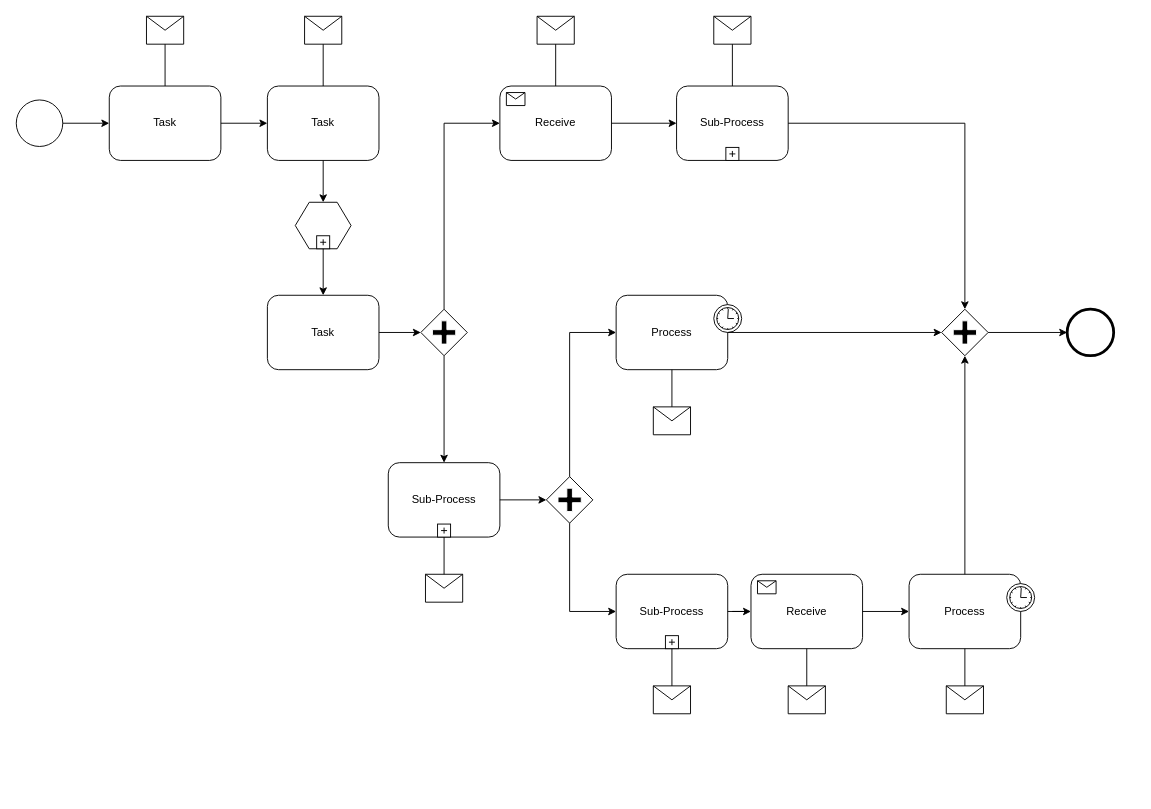
Earlier version of the draw.io diagram Untitled Diagram.drawio (mukau1995/IT-case). Source tidied: cells renumbered, new cells numbered last; positions are measured from the earlier drawing's top-left corner, leaving out a move shared by most shapes. Both pictures are drawn from the tidied source at 93%, with x=0, y=0 at pixel (16, 16).
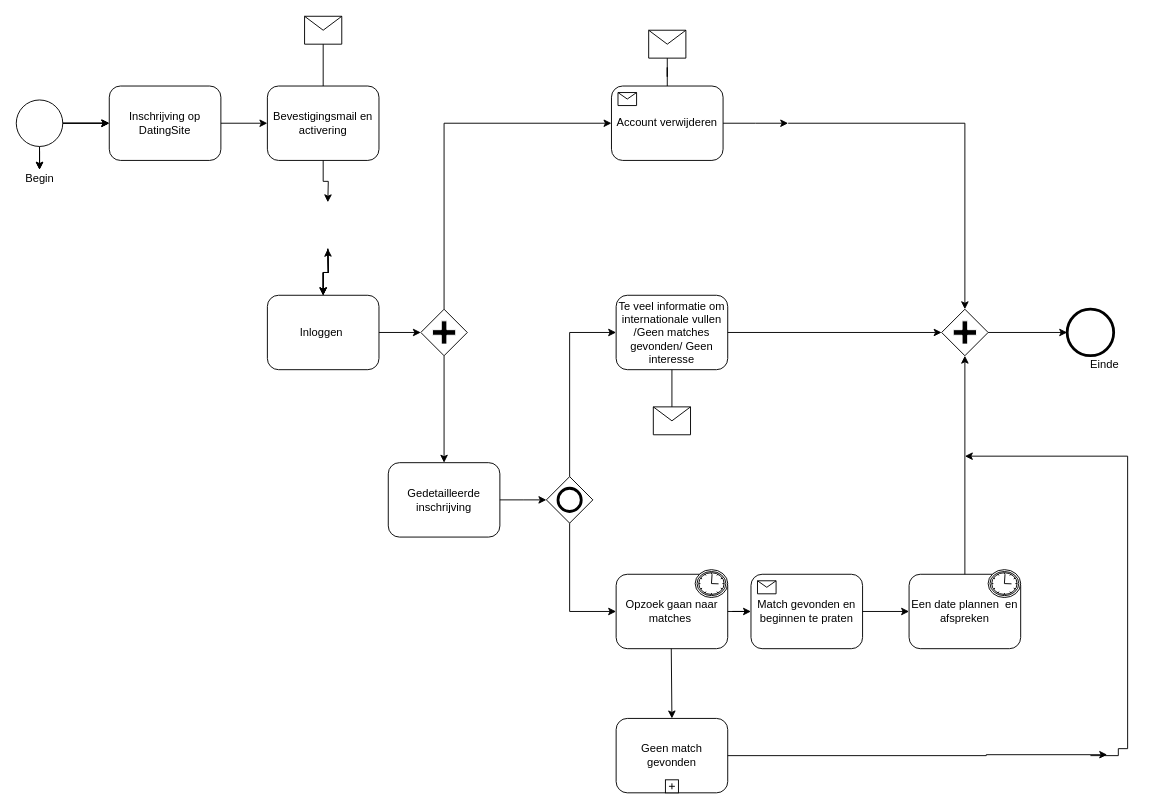
The same diagram, later.

Unchanged cells that the change refers to:
```xml
<mxCell id="2" style="shape=mxgraph.bpmn.shape;html=1;verticalLabelPosition=bottom;labelBackgroundColor=#ffffff;verticalAlign=top;perimeter=ellipsePerimeter;outline=standard;symbol=general;" parent="1" vertex="1">
  <mxGeometry y="90" width="50" height="50" as="geometry" />
</mxCell>
<mxCell id="23" style="shape=mxgraph.bpmn.shape;html=1;verticalLabelPosition=bottom;labelBackgroundColor=#ffffff;verticalAlign=top;perimeter=rhombusPerimeter;background=gateway;outline=none;symbol=parallelGw;" parent="1" vertex="1">
  <mxGeometry x="995" y="315" width="50" height="50" as="geometry" />
</mxCell>
```

What changed in the source:
```diff
@@
+    <mxCell id="61" style="edgeStyle=orthogonalEdgeStyle;rounded=0;jettySize=auto;html=1;" parent="1" edge="1" source="2" target="3">
+      <mxGeometry relative="1" as="geometry" />
+    </mxCell>
+    <mxCell id="62" style="edgeStyle=orthogonalEdgeStyle;rounded=0;jettySize=auto;html=1;" parent="1" edge="1" source="2" target="3">
+      <mxGeometry relative="1" as="geometry" />
+    </mxCell>
+    <mxCell id="63" style="edgeStyle=orthogonalEdgeStyle;rounded=0;jettySize=auto;html=1;" parent="1" edge="1" source="2" target="69">
+      <mxGeometry relative="1" as="geometry" />
+    </mxCell>
+    <mxCell id="64" style="edgeStyle=orthogonalEdgeStyle;rounded=0;jettySize=auto;html=1;" parent="1" edge="1" source="2" target="69">
+      <mxGeometry relative="1" as="geometry" />
+    </mxCell>
@@
-    <mxCell id="3" value="Task" style="shape=ext;rounded=1;html=1;whiteSpace=wrap;" parent="1" vertex="1">
+    <mxCell id="3" value="&lt;span style=&quot;background-color: rgb(255 , 255 , 255)&quot;&gt;Inschrijving op DatingSite&lt;/span&gt;" style="shape=ext;rounded=1;html=1;whiteSpace=wrap;" parent="1" vertex="1">
       <mxGeometry x="100" y="75" width="120" height="80" as="geometry" />
     </mxCell>
-    <mxCell id="4" value="Task" style="shape=ext;rounded=1;html=1;whiteSpace=wrap;" parent="1" vertex="1">
+    <mxCell id="4" value="Bevestigingsmail en activering" style="shape=ext;rounded=1;html=1;whiteSpace=wrap;" parent="1" vertex="1">
       <mxGeometry x="270" y="75" width="120" height="80" as="geometry" />
     </mxCell>
-    <mxCell id="5" style="shape=message;whiteSpace=wrap;html=1;" parent="1" vertex="1">
-      <mxGeometry x="140" width="40" height="30" as="geometry" />
-    </mxCell>
@@
-    <mxCell id="7" style="shape=hexagon;whiteSpace=wrap;html=1;perimeter=hexagonPerimeter;" parent="1" vertex="1">
-      <mxGeometry x="300" y="200" width="60" height="50" as="geometry" />
-    </mxCell>
-    <mxCell id="8" style="html=1;shape=plus;" parent="7" vertex="1">
-      <mxGeometry x="0.5" y="1" width="14" height="14" relative="1" as="geometry">
-        <mxPoint x="-7" y="-14" as="offset" />
-      </mxGeometry>
-    </mxCell>
+    <mxCell id="65" style="edgeStyle=orthogonalEdgeStyle;rounded=0;jettySize=auto;html=1;" parent="1" edge="1" target="9">
+      <mxGeometry relative="1" as="geometry">
+        <mxPoint x="335" y="250" as="sourcePoint" />
+      </mxGeometry>
+    </mxCell>
+    <mxCell id="66" style="edgeStyle=orthogonalEdgeStyle;rounded=0;jettySize=auto;html=1;" parent="1" edge="1" target="9">
+      <mxGeometry relative="1" as="geometry">
+        <mxPoint x="335" y="250" as="sourcePoint" />
+      </mxGeometry>
+    </mxCell>
+    <mxCell id="67" style="edgeStyle=orthogonalEdgeStyle;rounded=0;jettySize=auto;html=1;" parent="1" edge="1" source="9">
+      <mxGeometry relative="1" as="geometry">
+        <mxPoint x="335" y="250" as="targetPoint" />
+      </mxGeometry>
+    </mxCell>
-    <mxCell id="9" value="Task" style="shape=ext;rounded=1;html=1;whiteSpace=wrap;" parent="1" vertex="1">
+    <mxCell id="9" value="Inloggen&amp;nbsp;" style="shape=ext;rounded=1;html=1;whiteSpace=wrap;" parent="1" vertex="1">
       <mxGeometry x="270" y="300" width="120" height="80" as="geometry" />
     </mxCell>
@@
-    <mxCell id="11" value="Sub-Process" style="html=1;whiteSpace=wrap;rounded=1;" parent="1" vertex="1">
-      <mxGeometry x="710" y="75" width="120" height="80" as="geometry" />
-    </mxCell>
-    <mxCell id="12" style="html=1;shape=plus;" parent="11" vertex="1">
-      <mxGeometry x="0.5" y="1" width="14" height="14" relative="1" as="geometry">
-        <mxPoint x="-7" y="-14" as="offset" />
-      </mxGeometry>
-    </mxCell>
-    <mxCell id="13" value="Receive" style="html=1;whiteSpace=wrap;rounded=1;" parent="1" vertex="1">
-      <mxGeometry x="520" y="75" width="120" height="80" as="geometry" />
+    <mxCell id="13" value="Account verwijderen" style="html=1;whiteSpace=wrap;rounded=1;" parent="1" vertex="1">
+      <mxGeometry x="640" y="75" width="120" height="80" as="geometry" />
     </mxCell>
@@
-    <mxCell id="15" value="Process" style="html=1;whiteSpace=wrap;rounded=1;" parent="1" vertex="1">
+    <mxCell id="15" value="Te veel informatie om internationale vullen /Geen matches gevonden/ Geen interesse" style="html=1;whiteSpace=wrap;rounded=1;" parent="1" vertex="1">
       <mxGeometry x="645" y="300" width="120" height="80" as="geometry" />
     </mxCell>
-    <mxCell id="16" style="shape=mxgraph.bpmn.timer_start;perimeter=ellipsePerimeter;html=1;labelPosition=right;labelBackgroundColor=#ffffff;align=left;" parent="15" vertex="1">
-      <mxGeometry x="1" width="30" height="30" relative="1" as="geometry">
-        <mxPoint x="-15" y="10" as="offset" />
-      </mxGeometry>
-    </mxCell>
-    <mxCell id="17" value="Process" style="html=1;whiteSpace=wrap;rounded=1;" parent="1" vertex="1">
+    <mxCell id="17" value="Een date plannen &amp;nbsp;en afspreken" style="html=1;whiteSpace=wrap;rounded=1;" parent="1" vertex="1">
       <mxGeometry x="960" y="600" width="120" height="80" as="geometry" />
     </mxCell>
-    <mxCell id="18" style="shape=mxgraph.bpmn.timer_start;perimeter=ellipsePerimeter;html=1;labelPosition=right;labelBackgroundColor=#ffffff;align=left;" parent="17" vertex="1">
-      <mxGeometry x="1" width="30" height="30" relative="1" as="geometry">
-        <mxPoint x="-15" y="10" as="offset" />
-      </mxGeometry>
-    </mxCell>
-    <mxCell id="19" value="Receive" style="html=1;whiteSpace=wrap;rounded=1;" parent="1" vertex="1">
+    <mxCell id="19" value="Match gevonden en beginnen te praten" style="html=1;whiteSpace=wrap;rounded=1;" parent="1" vertex="1">
       <mxGeometry x="790" y="600" width="120" height="80" as="geometry" />
     </mxCell>
@@
-    <mxCell id="21" value="Sub-Process" style="html=1;whiteSpace=wrap;rounded=1;" parent="1" vertex="1">
+    <mxCell id="21" value="Opzoek gaan naar matches&amp;nbsp;" style="html=1;whiteSpace=wrap;rounded=1;" parent="1" vertex="1">
       <mxGeometry x="645" y="600" width="120" height="80" as="geometry" />
     </mxCell>
-    <mxCell id="22" style="html=1;shape=plus;" parent="21" vertex="1">
-      <mxGeometry x="0.5" y="1" width="14" height="14" relative="1" as="geometry">
-        <mxPoint x="-7" y="-14" as="offset" />
-      </mxGeometry>
-    </mxCell>
+    <mxCell id="68" style="shape=mxgraph.bpmn.shape;html=1;verticalLabelPosition=bottom;labelBackgroundColor=#ffffff;verticalAlign=top;align=center;perimeter=ellipsePerimeter;outline=boundInt;symbol=timer;" parent="21" vertex="1">
+      <mxGeometry x="85" y="-5" width="35" height="30" as="geometry" />
+    </mxCell>
@@
     <mxCell id="25" style="shape=message;whiteSpace=wrap;html=1;" parent="1" vertex="1">
-      <mxGeometry x="560" width="40" height="30" as="geometry" />
+      <mxGeometry x="680" y="15" width="40" height="30" as="geometry" />
     </mxCell>
-    <mxCell id="26" style="shape=message;whiteSpace=wrap;html=1;" parent="1" vertex="1">
-      <mxGeometry x="750" width="40" height="30" as="geometry" />
-    </mxCell>
-    <mxCell id="27" value="Sub-Process" style="html=1;whiteSpace=wrap;rounded=1;" parent="1" vertex="1">
+    <mxCell id="27" value="Gedetailleerde inschrijving" style="html=1;whiteSpace=wrap;rounded=1;" parent="1" vertex="1">
       <mxGeometry x="400" y="480" width="120" height="80" as="geometry" />
     </mxCell>
-    <mxCell id="28" style="html=1;shape=plus;" parent="27" vertex="1">
-      <mxGeometry x="0.5" y="1" width="14" height="14" relative="1" as="geometry">
-        <mxPoint x="-7" y="-14" as="offset" />
-      </mxGeometry>
-    </mxCell>
-    <mxCell id="29" style="shape=message;whiteSpace=wrap;html=1;" parent="1" vertex="1">
-      <mxGeometry x="440" y="600" width="40" height="30" as="geometry" />
-    </mxCell>
-    <mxCell id="30" style="shape=message;whiteSpace=wrap;html=1;" parent="1" vertex="1">
-      <mxGeometry x="830" y="720" width="40" height="30" as="geometry" />
-    </mxCell>
-    <mxCell id="31" style="shape=message;whiteSpace=wrap;html=1;" parent="1" vertex="1">
-      <mxGeometry x="1000" y="720" width="40" height="30" as="geometry" />
-    </mxCell>
-    <mxCell id="32" style="shape=message;whiteSpace=wrap;html=1;" parent="1" vertex="1">
-      <mxGeometry x="685" y="720" width="40" height="30" as="geometry" />
-    </mxCell>
@@
-    <mxCell id="35" style="edgeStyle=orthogonalEdgeStyle;rounded=0;html=1;jettySize=auto;endArrow=none;endFill=0;" parent="1" edge="1" source="5" target="3">
-      <mxGeometry relative="1" as="geometry" />
-    </mxCell>
@@
-    <mxCell id="38" style="edgeStyle=orthogonalEdgeStyle;rounded=0;html=1;jettySize=auto;" parent="1" edge="1" source="13" target="11">
-      <mxGeometry relative="1" as="geometry" />
+    <mxCell id="38" style="edgeStyle=orthogonalEdgeStyle;rounded=0;html=1;jettySize=auto;" parent="1" edge="1" source="13">
+      <mxGeometry relative="1" as="geometry">
+        <mxPoint x="830" y="115" as="targetPoint" />
+      </mxGeometry>
     </mxCell>
@@
-    <mxCell id="40" style="edgeStyle=orthogonalEdgeStyle;rounded=0;html=1;jettySize=auto;endArrow=none;endFill=0;" parent="1" edge="1" source="26" target="11">
-      <mxGeometry relative="1" as="geometry" />
-    </mxCell>
-    <mxCell id="41" style="edgeStyle=orthogonalEdgeStyle;rounded=0;html=1;jettySize=auto;" parent="1" edge="1" source="11" target="23">
+    <mxCell id="41" style="edgeStyle=orthogonalEdgeStyle;rounded=0;html=1;jettySize=auto;" parent="1" edge="1" target="23">
       <mxGeometry relative="1" as="geometry">
+        <mxPoint x="830" y="115" as="sourcePoint" />
         <Array as="points">
           <mxPoint x="1020" y="115" />
         </Array>
       </mxGeometry>
     </mxCell>
@@
-    <mxCell id="45" style="edgeStyle=orthogonalEdgeStyle;rounded=0;html=1;jettySize=auto;" parent="1" edge="1" source="4" target="7">
-      <mxGeometry relative="1" as="geometry" />
+    <mxCell id="45" style="edgeStyle=orthogonalEdgeStyle;rounded=0;html=1;jettySize=auto;" parent="1" edge="1" source="4">
+      <mxGeometry relative="1" as="geometry">
+        <mxPoint x="335" y="200" as="targetPoint" />
+      </mxGeometry>
     </mxCell>
-    <mxCell id="46" style="edgeStyle=orthogonalEdgeStyle;rounded=0;html=1;jettySize=auto;" parent="1" edge="1" source="7" target="9">
-      <mxGeometry relative="1" as="geometry" />
+    <mxCell id="46" style="edgeStyle=orthogonalEdgeStyle;rounded=0;html=1;jettySize=auto;" parent="1" edge="1" target="9">
+      <mxGeometry relative="1" as="geometry">
+        <mxPoint x="335" y="250" as="sourcePoint" />
+      </mxGeometry>
     </mxCell>
@@
-    <mxCell id="50" style="edgeStyle=orthogonalEdgeStyle;rounded=0;html=1;jettySize=auto;endArrow=none;endFill=0;" parent="1" edge="1" source="29" target="27">
-      <mxGeometry relative="1" as="geometry" />
-    </mxCell>
-    <mxCell id="51" style="shape=mxgraph.bpmn.shape;html=1;verticalLabelPosition=bottom;labelBackgroundColor=#ffffff;verticalAlign=top;perimeter=rhombusPerimeter;background=gateway;outline=none;symbol=parallelGw;" parent="1" vertex="1">
-      <mxGeometry x="570" y="495" width="50" height="50" as="geometry" />
-    </mxCell>
-    <mxCell id="52" style="edgeStyle=orthogonalEdgeStyle;rounded=0;html=1;jettySize=auto;" parent="1" edge="1" source="51" target="21">
+    <mxCell id="52" style="edgeStyle=orthogonalEdgeStyle;rounded=0;html=1;jettySize=auto;" parent="1" edge="1" target="21">
       <mxGeometry relative="1" as="geometry">
+        <mxPoint x="595" y="545" as="sourcePoint" />
         <Array as="points">
           <mxPoint x="595" y="640" />
         </Array>
       </mxGeometry>
     </mxCell>
-    <mxCell id="53" style="edgeStyle=orthogonalEdgeStyle;rounded=0;html=1;jettySize=auto;" parent="1" edge="1" source="51" target="15">
+    <mxCell id="53" style="edgeStyle=orthogonalEdgeStyle;rounded=0;html=1;jettySize=auto;" parent="1" edge="1" target="15">
       <mxGeometry relative="1" as="geometry">
+        <mxPoint x="595" y="495" as="sourcePoint" />
         <Array as="points">
           <mxPoint x="595" y="340" />
         </Array>
       </mxGeometry>
     </mxCell>
@@
-    <mxCell id="55" style="edgeStyle=orthogonalEdgeStyle;rounded=0;html=1;jettySize=auto;" parent="1" edge="1" source="27" target="51">
-      <mxGeometry relative="1" as="geometry" />
+    <mxCell id="55" style="edgeStyle=orthogonalEdgeStyle;rounded=0;html=1;jettySize=auto;" parent="1" edge="1" source="27">
+      <mxGeometry relative="1" as="geometry">
+        <mxPoint x="570" y="520" as="targetPoint" />
+      </mxGeometry>
     </mxCell>
@@
-    <mxCell id="57" style="edgeStyle=orthogonalEdgeStyle;rounded=0;html=1;jettySize=auto;endArrow=none;endFill=0;" parent="1" edge="1" source="32" target="21">
-      <mxGeometry relative="1" as="geometry" />
-    </mxCell>
-    <mxCell id="58" style="edgeStyle=orthogonalEdgeStyle;rounded=0;html=1;jettySize=auto;endArrow=none;endFill=0;" parent="1" edge="1" source="30" target="19">
-      <mxGeometry relative="1" as="geometry" />
-    </mxCell>
-    <mxCell id="59" style="edgeStyle=orthogonalEdgeStyle;rounded=0;html=1;jettySize=auto;endArrow=none;endFill=0;" parent="1" edge="1" source="31" target="17">
-      <mxGeometry relative="1" as="geometry" />
-    </mxCell>
@@
+    <mxCell id="69" value="Begin" style="text;html=1;align=center;verticalAlign=middle;points=[];" parent="1" vertex="1">
+      <mxGeometry y="165" width="50" height="20" as="geometry" />
+    </mxCell>
+    <mxCell id="70" value="Einde" style="text;html=1;align=center;verticalAlign=middle;" parent="1" vertex="1">
+      <mxGeometry x="1145" y="365" width="50" height="20" as="geometry" />
+    </mxCell>
+    <mxCell id="71" style="shape=mxgraph.bpmn.shape;html=1;verticalLabelPosition=bottom;labelBackgroundColor=#ffffff;verticalAlign=top;align=center;perimeter=ellipsePerimeter;outline=boundInt;symbol=timer;" parent="1" vertex="1">
+      <mxGeometry x="1045" y="595" width="35" height="30" as="geometry" />
+    </mxCell>
+    <mxCell id="72" style="shape=mxgraph.bpmn.shape;html=1;verticalLabelPosition=bottom;labelBackgroundColor=#ffffff;verticalAlign=top;align=center;perimeter=rhombusPerimeter;background=gateway;outline=end;symbol=general;" parent="1" vertex="1">
+      <mxGeometry x="570" y="495" width="50" height="50" as="geometry" />
+    </mxCell>
+    <mxCell id="73" style="endArrow=classic;html=1;entryX=0.5;entryY=0;entryDx=0;entryDy=0;" parent="1" edge="1" target="74">
+      <mxGeometry relative="1" as="geometry">
+        <mxPoint x="704.3" y="680" as="sourcePoint" />
+      </mxGeometry>
+    </mxCell>
+    <mxCell id="74" value="Geen match gevonden" style="html=1;whiteSpace=wrap;rounded=1;" parent="1" vertex="1">
+      <mxGeometry x="645" y="755" width="120" height="80" as="geometry" />
+    </mxCell>
+    <mxCell id="75" style="html=1;shape=plus;" parent="74" vertex="1">
+      <mxGeometry x="0.5" y="1" width="14" height="14" relative="1" as="geometry">
+        <mxPoint x="-7" y="-14" as="offset" />
+      </mxGeometry>
+    </mxCell>
+    <mxCell id="76" style="edgeStyle=orthogonalEdgeStyle;rounded=0;html=1;jettySize=auto;exitX=1;exitY=0.5;exitDx=0;exitDy=0;" parent="1" edge="1" source="74">
+      <mxGeometry relative="1" as="geometry">
+        <mxPoint x="1173" y="794" as="targetPoint" />
+        <Array as="points">
+          <mxPoint x="1043" y="794" />
+        </Array>
+      </mxGeometry>
+    </mxCell>
+    <mxCell id="77" style="edgeStyle=orthogonalEdgeStyle;rounded=0;html=1;jettySize=auto;orthogonalLoop=1;" parent="1" edge="1">
+      <mxGeometry relative="1" as="geometry">
+        <mxPoint x="1155" y="795" as="sourcePoint" />
+        <mxPoint x="1020" y="473" as="targetPoint" />
+        <Array as="points">
+          <mxPoint x="1185" y="787.5" />
+          <mxPoint x="1195" y="787.5" />
+          <mxPoint x="1195" y="472.5" />
+        </Array>
+      </mxGeometry>
+    </mxCell>
```
